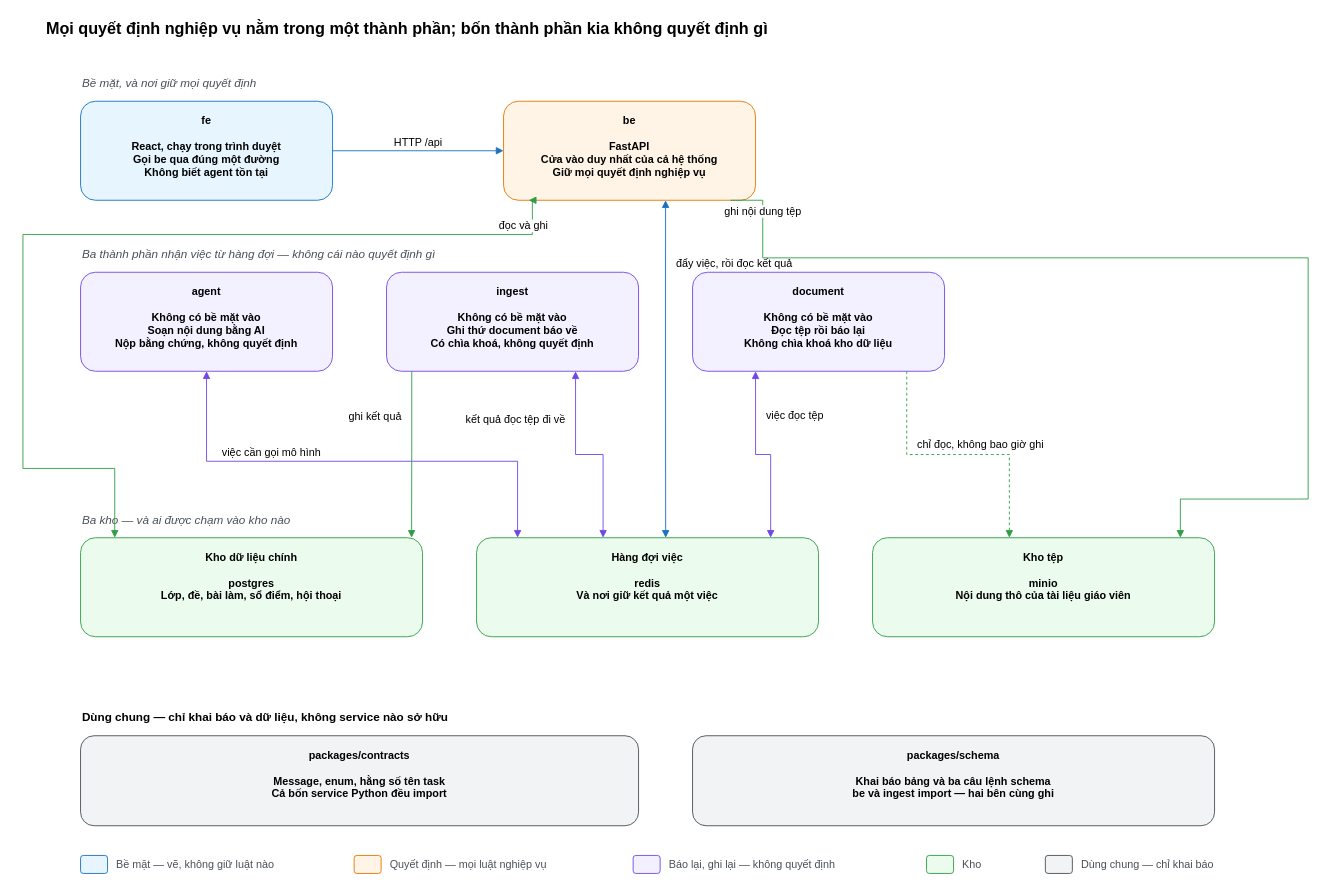
The draw.io diagram docs/diagrams/system-architecture.drawio in biabeogo147/AI-Assessment-and-Feedback-Assistant, before the edit. Source tidied: cells renumbered, new cells numbered last; positions are measured from the earlier drawing's top-left corner, leaving out a move shared by most shapes. Both pictures are drawn from the tidied source at 90%, with x=0, y=0 at pixel (22, 15).
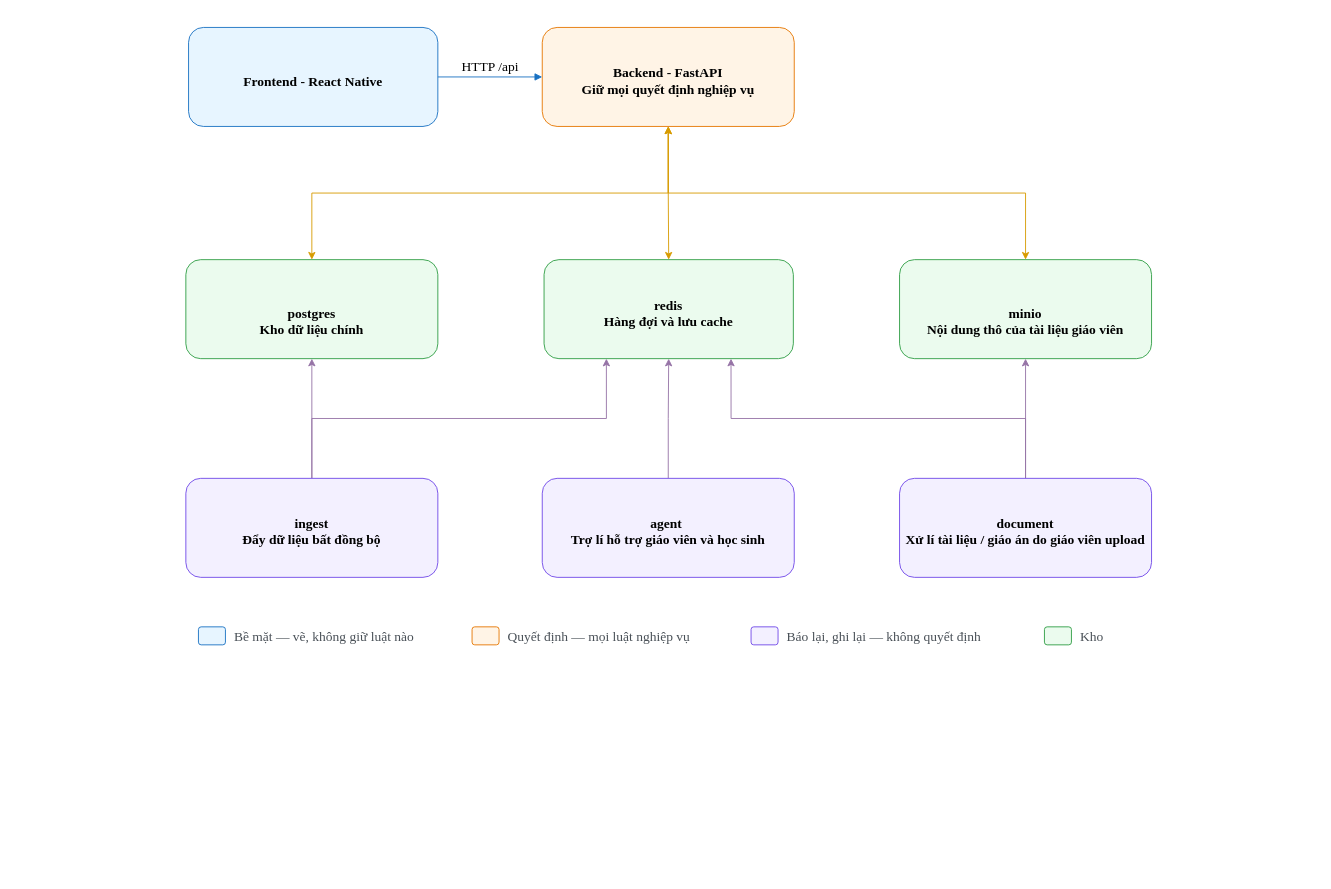
Above is the later version.

The edit, as a diff of the source:
```diff
@@
-    <mxCell id="2" value="Mọi quyết định nghiệp vụ nằm trong một thành phần; bốn thành phần kia không quyết định gì" style="text;html=1;fontSize=18;fontStyle=1;align=left;verticalAlign=middle;" parent="1" vertex="1">
-      <mxGeometry x="24" width="1000" height="30" as="geometry" />
-    </mxCell>
-    <mxCell id="3" value="Bề mặt, và nơi giữ mọi quyết định" style="text;html=1;fontSize=13;fontStyle=2;align=left;verticalAlign=middle;fontColor=#495057;" parent="1" vertex="1">
-      <mxGeometry x="64" y="63" width="900" height="24" as="geometry" />
-    </mxCell>
-    <mxCell id="4" value="fe&#10;&#10;React, chạy trong trình duyệt&#10;Gọi be qua đúng một đường&#10;Không biết agent tồn tại" style="rounded=1;whiteSpace=wrap;html=1;fillColor=#e7f5ff;strokeColor=#1971c2;fontStyle=1;verticalAlign=top;spacingTop=8;" parent="1" vertex="1">
-      <mxGeometry x="64" y="95" width="280" height="110" as="geometry" />
+    <mxCell id="4" value="Frontend - React Native" style="rounded=1;whiteSpace=wrap;html=1;fillColor=#e7f5ff;strokeColor=#1971c2;fontStyle=1;verticalAlign=middle;spacingTop=8;fontFamily=Times New Roman;fontSize=15;" parent="1" vertex="1">
+      <mxGeometry x="184" y="13" width="277" height="110" as="geometry" />
     </mxCell>
+    <mxCell id="18" style="edgeStyle=orthogonalEdgeStyle;rounded=0;jettySize=auto;html=1;exitX=0.5;exitY=1;exitDx=0;exitDy=0;entryX=0.5;entryY=0;entryDx=0;entryDy=0;strokeColor=#d79b00;align=center;verticalAlign=middle;fontFamily=Times New Roman;fontSize=15;fontColor=default;labelBackgroundColor=default;startArrow=classic;startFill=1;endArrow=classic;fillColor=#ffe6cc;" parent="1" edge="1" source="5" target="12">
+      <mxGeometry relative="1" as="geometry" />
+    </mxCell>
+    <mxCell id="24" style="edgeStyle=orthogonalEdgeStyle;rounded=0;jettySize=auto;html=1;exitX=0.5;exitY=1;exitDx=0;exitDy=0;startArrow=classic;startFill=1;fillColor=#ffe6cc;strokeColor=#d79b00;fontFamily=Times New Roman;fontSize=15;" parent="1" edge="1" source="5" target="11">
+      <mxGeometry relative="1" as="geometry" />
+    </mxCell>
+    <mxCell id="25" style="edgeStyle=orthogonalEdgeStyle;rounded=0;jettySize=auto;html=1;exitX=0.5;exitY=1;exitDx=0;exitDy=0;strokeColor=#d79b00;align=center;verticalAlign=middle;fontFamily=Times New Roman;fontSize=15;fontColor=default;labelBackgroundColor=default;startArrow=classic;startFill=1;endArrow=classic;fillColor=#ffe6cc;" parent="1" edge="1" source="5" target="13">
+      <mxGeometry relative="1" as="geometry" />
+    </mxCell>
-    <mxCell id="5" value="be&#10;&#10;FastAPI&#10;Cửa vào duy nhất của cả hệ thống&#10;Giữ mọi quyết định nghiệp vụ" style="rounded=1;whiteSpace=wrap;html=1;fillColor=#fff4e6;strokeColor=#e67700;fontStyle=1;verticalAlign=top;spacingTop=8;" parent="1" vertex="1">
-      <mxGeometry x="534" y="95" width="280" height="110" as="geometry" />
+    <mxCell id="5" value="Backend - FastAPI&lt;br&gt;Giữ mọi quyết định nghiệp vụ" style="rounded=1;whiteSpace=wrap;html=1;fillColor=#fff4e6;strokeColor=#e67700;fontStyle=1;verticalAlign=middle;spacingTop=8;fontFamily=Times New Roman;fontSize=15;" parent="1" vertex="1">
+      <mxGeometry x="577" y="13" width="280" height="110" as="geometry" />
     </mxCell>
-    <mxCell id="6" value="Ba thành phần nhận việc từ hàng đợi — không cái nào quyết định gì" style="text;html=1;fontSize=13;fontStyle=2;align=left;verticalAlign=middle;fontColor=#495057;" parent="1" vertex="1">
-      <mxGeometry x="64" y="253" width="1100" height="24" as="geometry" />
-    </mxCell>
+    <mxCell id="19" style="edgeStyle=orthogonalEdgeStyle;rounded=0;jettySize=auto;html=1;exitX=0.5;exitY=0;exitDx=0;exitDy=0;entryX=0.5;entryY=1;entryDx=0;entryDy=0;strokeColor=#9673a6;align=center;verticalAlign=middle;fontFamily=Times New Roman;fontSize=15;fontColor=default;labelBackgroundColor=default;endArrow=classic;fillColor=#e1d5e7;" parent="1" edge="1" source="7" target="12">
+      <mxGeometry relative="1" as="geometry" />
+    </mxCell>
-    <mxCell id="7" value="agent&#10;&#10;Không có bề mặt vào&#10;Soạn nội dung bằng AI&#10;Nộp bằng chứng, không quyết định" style="rounded=1;whiteSpace=wrap;html=1;fillColor=#f3f0ff;strokeColor=#7048e8;fontStyle=1;verticalAlign=top;spacingTop=8;" parent="1" vertex="1">
-      <mxGeometry x="64" y="285" width="280" height="110" as="geometry" />
+    <mxCell id="7" value="agent&amp;nbsp;&lt;div&gt;Trợ lí hỗ trợ giáo viên và học sinh&lt;/div&gt;" style="rounded=1;whiteSpace=wrap;html=1;fillColor=#f3f0ff;strokeColor=#7048e8;fontStyle=1;verticalAlign=middle;spacingTop=8;fontFamily=Times New Roman;fontSize=15;" parent="1" vertex="1">
+      <mxGeometry x="577" y="514" width="280" height="110" as="geometry" />
     </mxCell>
+    <mxCell id="22" style="edgeStyle=orthogonalEdgeStyle;rounded=0;jettySize=auto;html=1;exitX=0.5;exitY=0;exitDx=0;exitDy=0;entryX=0.5;entryY=1;entryDx=0;entryDy=0;strokeColor=#9673a6;align=center;verticalAlign=middle;fontFamily=Times New Roman;fontSize=15;fontColor=default;labelBackgroundColor=default;endArrow=classic;fillColor=#e1d5e7;" parent="1" edge="1" source="8" target="11">
+      <mxGeometry relative="1" as="geometry" />
+    </mxCell>
+    <mxCell id="20" style="edgeStyle=orthogonalEdgeStyle;rounded=0;jettySize=auto;html=1;exitX=0.5;exitY=0;exitDx=0;exitDy=0;entryX=0.25;entryY=1;entryDx=0;entryDy=0;fillColor=#e1d5e7;strokeColor=#9673a6;fontFamily=Times New Roman;fontSize=15;" parent="1" edge="1" source="8" target="12">
+      <mxGeometry relative="1" as="geometry" />
+    </mxCell>
-    <mxCell id="8" value="ingest&#10;&#10;Không có bề mặt vào&#10;Ghi thứ document báo về&#10;Có chìa khoá, không quyết định" style="rounded=1;whiteSpace=wrap;html=1;fillColor=#f3f0ff;strokeColor=#7048e8;fontStyle=1;verticalAlign=top;spacingTop=8;" parent="1" vertex="1">
-      <mxGeometry x="404" y="285" width="280" height="110" as="geometry" />
+    <mxCell id="8" value="ingest&lt;div&gt;Đẩy dữ liệu bất đồng bộ&lt;/div&gt;" style="rounded=1;whiteSpace=wrap;html=1;fillColor=#f3f0ff;strokeColor=#7048e8;fontStyle=1;verticalAlign=middle;spacingTop=8;fontFamily=Times New Roman;fontSize=15;" parent="1" vertex="1">
+      <mxGeometry x="181" y="514" width="280" height="110" as="geometry" />
     </mxCell>
+    <mxCell id="21" style="edgeStyle=orthogonalEdgeStyle;rounded=0;jettySize=auto;html=1;exitX=0.5;exitY=0;exitDx=0;exitDy=0;entryX=0.75;entryY=1;entryDx=0;entryDy=0;strokeColor=#9673a6;align=center;verticalAlign=middle;fontFamily=Times New Roman;fontSize=15;fontColor=default;labelBackgroundColor=default;endArrow=classic;fillColor=#e1d5e7;" parent="1" edge="1" source="9" target="12">
+      <mxGeometry relative="1" as="geometry" />
+    </mxCell>
+    <mxCell id="23" style="edgeStyle=orthogonalEdgeStyle;rounded=0;jettySize=auto;html=1;exitX=0.5;exitY=0;exitDx=0;exitDy=0;strokeColor=#9673a6;align=center;verticalAlign=middle;fontFamily=Times New Roman;fontSize=15;fontColor=default;labelBackgroundColor=default;endArrow=classic;fillColor=#e1d5e7;" parent="1" edge="1" source="9" target="13">
+      <mxGeometry relative="1" as="geometry" />
+    </mxCell>
-    <mxCell id="9" value="document&#10;&#10;Không có bề mặt vào&#10;Đọc tệp rồi báo lại&#10;Không chìa khoá kho dữ liệu" style="rounded=1;whiteSpace=wrap;html=1;fillColor=#f3f0ff;strokeColor=#7048e8;fontStyle=1;verticalAlign=top;spacingTop=8;" parent="1" vertex="1">
-      <mxGeometry x="744" y="285" width="280" height="110" as="geometry" />
+    <mxCell id="9" value="document&lt;br&gt;Xử lí tài liệu / giáo án do giáo viên upload" style="rounded=1;whiteSpace=wrap;html=1;fillColor=#f3f0ff;strokeColor=#7048e8;fontStyle=1;verticalAlign=middle;spacingTop=8;fontFamily=Times New Roman;fontSize=15;" parent="1" vertex="1">
+      <mxGeometry x="974" y="514" width="280" height="110" as="geometry" />
     </mxCell>
-    <mxCell id="10" value="Ba kho — và ai được chạm vào kho nào" style="text;html=1;fontSize=13;fontStyle=2;align=left;verticalAlign=middle;fontColor=#495057;" parent="1" vertex="1">
-      <mxGeometry x="64" y="548" width="1100" height="24" as="geometry" />
-    </mxCell>
-    <mxCell id="11" value="Kho dữ liệu chính&#10;&#10;postgres&#10;Lớp, đề, bài làm, sổ điểm, hội thoại" style="rounded=1;whiteSpace=wrap;html=1;fillColor=#ebfbee;strokeColor=#2f9e44;fontStyle=1;verticalAlign=top;spacingTop=8;" parent="1" vertex="1">
-      <mxGeometry x="64" y="580" width="380" height="110" as="geometry" />
+    <mxCell id="11" value="&lt;br&gt;&lt;br&gt;postgres&lt;br&gt;Kho dữ liệu chính" style="rounded=1;whiteSpace=wrap;html=1;fillColor=#ebfbee;strokeColor=#2f9e44;fontStyle=1;verticalAlign=top;spacingTop=8;fontFamily=Times New Roman;fontSize=15;" parent="1" vertex="1">
+      <mxGeometry x="181" y="271" width="280" height="110" as="geometry" />
     </mxCell>
-    <mxCell id="12" value="Hàng đợi việc&#10;&#10;redis&#10;Và nơi giữ kết quả một việc" style="rounded=1;whiteSpace=wrap;html=1;fillColor=#ebfbee;strokeColor=#2f9e44;fontStyle=1;verticalAlign=top;spacingTop=8;" parent="1" vertex="1">
-      <mxGeometry x="504" y="580" width="380" height="110" as="geometry" />
+    <mxCell id="12" value="&lt;div&gt;redis&lt;/div&gt;Hàng đợi và lưu cache" style="rounded=1;whiteSpace=wrap;html=1;fillColor=#ebfbee;strokeColor=#2f9e44;fontStyle=1;verticalAlign=middle;spacingTop=8;fontFamily=Times New Roman;fontSize=15;" parent="1" vertex="1">
+      <mxGeometry x="579" y="271" width="277" height="110" as="geometry" />
     </mxCell>
-    <mxCell id="13" value="Kho tệp&#10;&#10;minio&#10;Nội dung thô của tài liệu giáo viên" style="rounded=1;whiteSpace=wrap;html=1;fillColor=#ebfbee;strokeColor=#2f9e44;fontStyle=1;verticalAlign=top;spacingTop=8;" parent="1" vertex="1">
-      <mxGeometry x="944" y="580" width="380" height="110" as="geometry" />
+    <mxCell id="13" value="&lt;br&gt;&lt;br&gt;minio&lt;br&gt;Nội dung thô của tài liệu giáo viên" style="rounded=1;whiteSpace=wrap;html=1;fillColor=#ebfbee;strokeColor=#2f9e44;fontStyle=1;verticalAlign=top;spacingTop=8;fontFamily=Times New Roman;fontSize=15;" parent="1" vertex="1">
+      <mxGeometry x="974" y="271" width="280" height="110" as="geometry" />
     </mxCell>
-    <mxCell id="14" value="Dùng chung — chỉ khai báo và dữ liệu, không service nào sở hữu" style="text;html=1;fontSize=13;fontStyle=1;align=left;verticalAlign=middle;" parent="1" vertex="1">
-      <mxGeometry x="64" y="767" width="700" height="24" as="geometry" />
-    </mxCell>
-    <mxCell id="15" value="packages/contracts&#10;&#10;Message, enum, hằng số tên task&#10;Cả bốn service Python đều import" style="rounded=1;whiteSpace=wrap;html=1;fillColor=#f1f3f5;strokeColor=#495057;fontStyle=1;verticalAlign=top;spacingTop=8;" parent="1" vertex="1">
-      <mxGeometry x="64" y="800" width="620" height="100" as="geometry" />
-    </mxCell>
-    <mxCell id="16" value="packages/schema&#10;&#10;Khai báo bảng và ba câu lệnh schema&#10;be và ingest import — hai bên cùng ghi" style="rounded=1;whiteSpace=wrap;html=1;fillColor=#f1f3f5;strokeColor=#495057;fontStyle=1;verticalAlign=top;spacingTop=8;" parent="1" vertex="1">
-      <mxGeometry x="744" y="800" width="580" height="100" as="geometry" />
-    </mxCell>
-    <mxCell id="17" value="HTTP /api" style="edgeStyle=orthogonalEdgeStyle;rounded=0;html=1;endArrow=block;strokeColor=#1971c2;fontSize=12;verticalAlign=bottom;" parent="1" edge="1" source="4" target="5">
+    <mxCell id="17" value="HTTP /api" style="edgeStyle=orthogonalEdgeStyle;rounded=0;html=1;endArrow=block;strokeColor=#1971c2;fontSize=15;verticalAlign=bottom;fontFamily=Times New Roman;" parent="1" edge="1" source="4" target="5">
       <mxGeometry relative="1" as="geometry" />
     </mxCell>
-    <mxCell id="18" value="đẩy việc, rồi đọc kết quả" style="edgeStyle=orthogonalEdgeStyle;rounded=0;html=1;endArrow=block;strokeColor=#1971c2;fontSize=12;startArrow=block;startFill=1;exitX=0.643;exitY=1;exitDx=0;exitDy=0;entryX=0.553;entryY=0;entryDx=0;entryDy=0;align=left;spacingLeft=10;" parent="1" edge="1" source="5" target="12">
-      <mxGeometry x="-0.62" relative="1" as="geometry" />
-    </mxCell>
-    <mxCell id="19" value="việc cần gọi mô hình" style="edgeStyle=orthogonalEdgeStyle;rounded=0;html=1;endArrow=block;strokeColor=#7048e8;fontSize=12;startArrow=block;startFill=1;exitX=0.5;exitY=1;exitDx=0;exitDy=0;entryX=0.12;entryY=0;entryDx=0;entryDy=0;verticalAlign=bottom;" parent="1" edge="1" source="7" target="12">
-      <mxGeometry x="-0.35" relative="1" as="geometry">
-        <Array as="points">
-          <mxPoint x="204" y="495" />
-          <mxPoint x="550" y="495" />
-        </Array>
-      </mxGeometry>
-    </mxCell>
-    <mxCell id="20" value="kết quả đọc tệp đi về" style="edgeStyle=orthogonalEdgeStyle;rounded=0;html=1;endArrow=block;strokeColor=#7048e8;fontSize=12;startArrow=block;startFill=1;exitX=0.75;exitY=1;exitDx=0;exitDy=0;entryX=0.37;entryY=0;entryDx=0;entryDy=0;align=right;spacingRight=10;" parent="1" edge="1" source="8" target="12">
-      <mxGeometry x="-0.5" relative="1" as="geometry" />
-    </mxCell>
-    <mxCell id="21" value="việc đọc tệp" style="edgeStyle=orthogonalEdgeStyle;rounded=0;html=1;endArrow=block;strokeColor=#7048e8;fontSize=12;startArrow=block;startFill=1;exitX=0.25;exitY=1;exitDx=0;exitDy=0;entryX=0.86;entryY=0;entryDx=0;entryDy=0;align=left;spacingLeft=10;" parent="1" edge="1" source="9" target="12">
-      <mxGeometry x="-0.5" relative="1" as="geometry" />
-    </mxCell>
-    <mxCell id="22" value="ghi kết quả" style="edgeStyle=orthogonalEdgeStyle;rounded=0;html=1;endArrow=block;strokeColor=#2f9e44;fontSize=12;exitX=0.1;exitY=1;exitDx=0;exitDy=0;entryX=0.968;entryY=0;entryDx=0;entryDy=0;align=right;spacingRight=10;" parent="1" edge="1" source="8" target="11">
-      <mxGeometry x="-0.45" relative="1" as="geometry" />
-    </mxCell>
-    <mxCell id="23" value="chỉ đọc, không bao giờ ghi" style="edgeStyle=orthogonalEdgeStyle;rounded=0;html=1;endArrow=block;strokeColor=#2f9e44;fontSize=12;dashed=1;exitX=0.85;exitY=1;exitDx=0;exitDy=0;entryX=0.4;entryY=0;entryDx=0;entryDy=0;align=left;spacingLeft=10;" parent="1" edge="1" source="9" target="13">
-      <mxGeometry x="-0.45" relative="1" as="geometry" />
-    </mxCell>
-    <mxCell id="24" value="đọc và ghi" style="edgeStyle=orthogonalEdgeStyle;rounded=0;html=1;endArrow=block;strokeColor=#2f9e44;fontSize=12;startArrow=block;startFill=1;exitX=0.1;exitY=1;exitDx=0;exitDy=0;entryX=0.1;entryY=0;entryDx=0;entryDy=0;verticalAlign=bottom;" parent="1" edge="1" source="5" target="11">
-      <mxGeometry x="-0.9" relative="1" as="geometry">
-        <Array as="points">
-          <mxPoint x="566" y="243" />
-          <mxPoint y="243" />
-          <mxPoint y="503" />
-          <mxPoint x="102" y="503" />
-        </Array>
-      </mxGeometry>
-    </mxCell>
-    <mxCell id="25" value="ghi nội dung tệp" style="edgeStyle=orthogonalEdgeStyle;rounded=0;html=1;endArrow=block;strokeColor=#2f9e44;fontSize=12;exitX=0.9;exitY=1;exitDx=0;exitDy=0;entryX=0.9;entryY=0;entryDx=0;entryDy=0;verticalAlign=bottom;" parent="1" edge="1" source="5" target="13">
-      <mxGeometry x="-0.9" relative="1" as="geometry">
-        <Array as="points">
-          <mxPoint x="822" y="269" />
-          <mxPoint x="1428" y="269" />
-          <mxPoint x="1428" y="537" />
-          <mxPoint x="1286" y="537" />
-        </Array>
-      </mxGeometry>
-    </mxCell>
-    <mxCell id="26" style="rounded=1;whiteSpace=wrap;html=1;fillColor=#e7f5ff;strokeColor=#1971c2;" parent="1" vertex="1">
-      <mxGeometry x="64" y="933" width="30" height="20" as="geometry" />
+    <mxCell id="26" style="rounded=1;whiteSpace=wrap;html=1;fillColor=#e7f5ff;strokeColor=#1971c2;fontFamily=Times New Roman;fontSize=15;" parent="1" vertex="1">
+      <mxGeometry x="195" y="679" width="30" height="20" as="geometry" />
     </mxCell>
-    <mxCell id="27" value="Bề mặt — vẽ, không giữ luật nào" style="text;html=1;fontSize=12;align=left;verticalAlign=middle;fontColor=#495057;" parent="1" vertex="1">
-      <mxGeometry x="102" y="933" width="232" height="20" as="geometry" />
+    <mxCell id="27" value="Bề mặt — vẽ, không giữ luật nào" style="text;html=1;fontSize=15;align=left;verticalAlign=middle;fontColor=#495057;fontFamily=Times New Roman;" parent="1" vertex="1">
+      <mxGeometry x="233" y="679" width="232" height="20" as="geometry" />
     </mxCell>
-    <mxCell id="28" style="rounded=1;whiteSpace=wrap;html=1;fillColor=#fff4e6;strokeColor=#e67700;" parent="1" vertex="1">
-      <mxGeometry x="368" y="933" width="30" height="20" as="geometry" />
+    <mxCell id="28" style="rounded=1;whiteSpace=wrap;html=1;fillColor=#fff4e6;strokeColor=#e67700;fontFamily=Times New Roman;fontSize=15;" parent="1" vertex="1">
+      <mxGeometry x="499" y="679" width="30" height="20" as="geometry" />
     </mxCell>
-    <mxCell id="29" value="Quyết định — mọi luật nghiệp vụ" style="text;html=1;fontSize=12;align=left;verticalAlign=middle;fontColor=#495057;" parent="1" vertex="1">
-      <mxGeometry x="406" y="933" width="238" height="20" as="geometry" />
+    <mxCell id="29" value="Quyết định — mọi luật nghiệp vụ" style="text;html=1;fontSize=15;align=left;verticalAlign=middle;fontColor=#495057;fontFamily=Times New Roman;" parent="1" vertex="1">
+      <mxGeometry x="537" y="679" width="238" height="20" as="geometry" />
     </mxCell>
-    <mxCell id="30" style="rounded=1;whiteSpace=wrap;html=1;fillColor=#f3f0ff;strokeColor=#7048e8;" parent="1" vertex="1">
-      <mxGeometry x="678" y="933" width="30" height="20" as="geometry" />
+    <mxCell id="30" style="rounded=1;whiteSpace=wrap;html=1;fillColor=#f3f0ff;strokeColor=#7048e8;fontFamily=Times New Roman;fontSize=15;" parent="1" vertex="1">
+      <mxGeometry x="809" y="679" width="30" height="20" as="geometry" />
     </mxCell>
-    <mxCell id="31" value="Báo lại, ghi lại — không quyết định" style="text;html=1;fontSize=12;align=left;verticalAlign=middle;fontColor=#495057;" parent="1" vertex="1">
-      <mxGeometry x="716" y="933" width="254" height="20" as="geometry" />
+    <mxCell id="31" value="Báo lại, ghi lại — không quyết định" style="text;html=1;fontSize=15;align=left;verticalAlign=middle;fontColor=#495057;fontFamily=Times New Roman;" parent="1" vertex="1">
+      <mxGeometry x="847" y="679" width="254" height="20" as="geometry" />
     </mxCell>
-    <mxCell id="32" style="rounded=1;whiteSpace=wrap;html=1;fillColor=#ebfbee;strokeColor=#2f9e44;" parent="1" vertex="1">
-      <mxGeometry x="1004" y="933" width="30" height="20" as="geometry" />
+    <mxCell id="32" style="rounded=1;whiteSpace=wrap;html=1;fillColor=#ebfbee;strokeColor=#2f9e44;fontFamily=Times New Roman;fontSize=15;" parent="1" vertex="1">
+      <mxGeometry x="1135" y="679" width="30" height="20" as="geometry" />
     </mxCell>
-    <mxCell id="33" value="Kho" style="text;html=1;fontSize=12;align=left;verticalAlign=middle;fontColor=#495057;" parent="1" vertex="1">
-      <mxGeometry x="1042" y="933" width="60" height="20" as="geometry" />
+    <mxCell id="33" value="Kho" style="text;html=1;fontSize=15;align=left;verticalAlign=middle;fontColor=#495057;fontFamily=Times New Roman;" parent="1" vertex="1">
+      <mxGeometry x="1173" y="679" width="60" height="20" as="geometry" />
     </mxCell>
-    <mxCell id="34" style="rounded=1;whiteSpace=wrap;html=1;fillColor=#f1f3f5;strokeColor=#495057;" parent="1" vertex="1">
-      <mxGeometry x="1136" y="933" width="30" height="20" as="geometry" />
-    </mxCell>
-    <mxCell id="35" value="Dùng chung — chỉ khai báo" style="text;html=1;fontSize=12;align=left;verticalAlign=middle;fontColor=#495057;" parent="1" vertex="1">
-      <mxGeometry x="1174" y="933" width="200" height="20" as="geometry" />
-    </mxCell>
```
